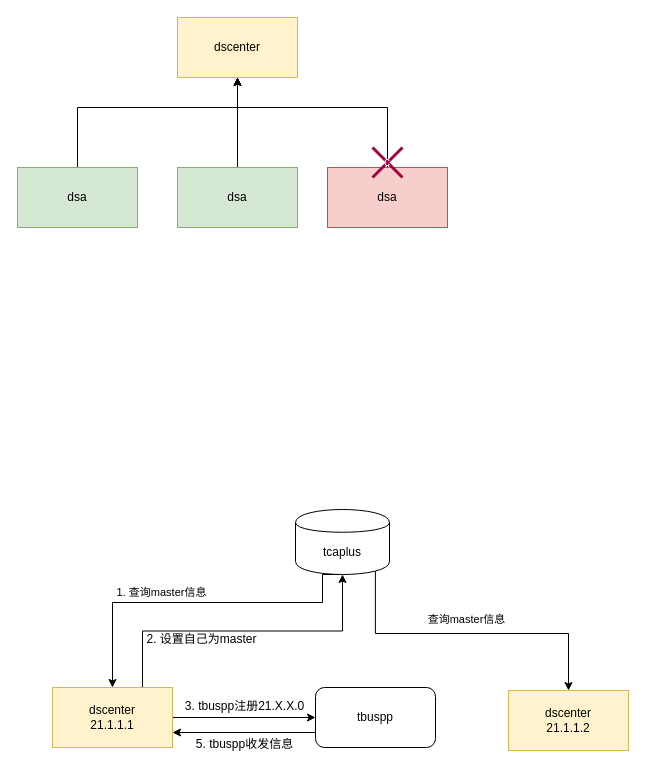
Earlier version of the draw.io diagram Frame.drawio (viclab/note). Source tidied: cells renumbered, new cells numbered last; positions are measured from the earlier drawing's top-left corner, leaving out a move shared by most shapes. Both pictures are drawn from the tidied source at 100%, with x=0, y=0 at pixel (17, 17).
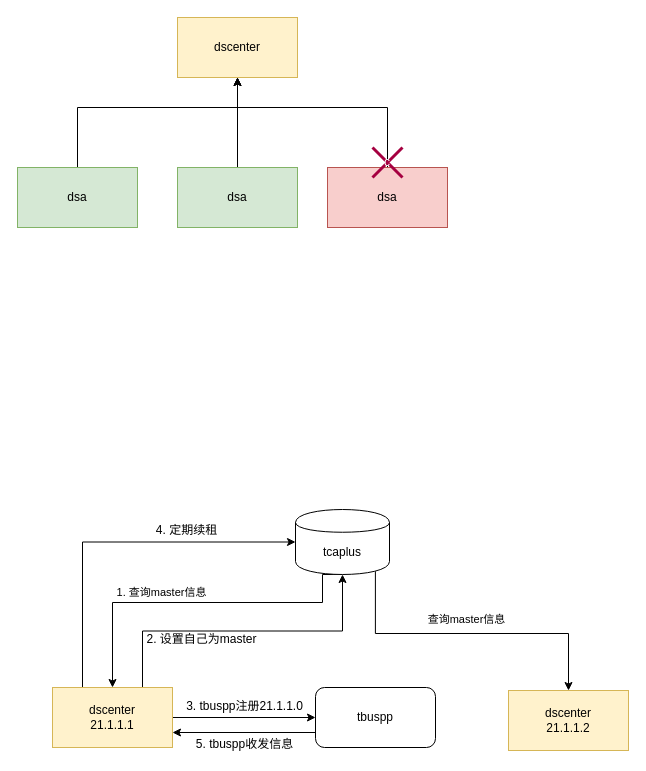
After the change.

Unchanged cells that the change refers to:
```xml
<mxCell id="12" value="dscenter&lt;br&gt;21.1.1.1" style="rounded=0;whiteSpace=wrap;html=1;fillColor=#fff2cc;strokeColor=#d6b656;" parent="1" vertex="1">
  <mxGeometry x="35" y="670" width="120" height="60" as="geometry" />
</mxCell>
<mxCell id="16" value="tcaplus" style="shape=cylinder;whiteSpace=wrap;html=1;boundedLbl=1;backgroundOutline=1;" parent="1" vertex="1">
  <mxGeometry x="278" y="492" width="94" height="65" as="geometry" />
</mxCell>
```

The edit, as a diff of the source:
```diff
@@
+    <mxCell id="24" style="edgeStyle=orthogonalEdgeStyle;rounded=0;jettySize=auto;html=1;exitX=0.25;exitY=0;exitDx=0;exitDy=0;entryX=0;entryY=0.5;entryDx=0;entryDy=0;" parent="1" edge="1" source="12" target="16">
+      <mxGeometry relative="1" as="geometry" />
+    </mxCell>
@@
-    <mxCell id="20" value="3. tbuspp注册21.X.X.0" style="text;html=1;align=center;verticalAlign=middle;strokeColor=none;" parent="1" vertex="1">
-      <mxGeometry x="162" y="680" width="129" height="18" as="geometry" />
+    <mxCell id="20" value="3. tbuspp注册21.1.1.0" style="text;html=1;align=center;verticalAlign=middle;strokeColor=none;" parent="1" vertex="1">
+      <mxGeometry x="163" y="680" width="127" height="18" as="geometry" />
     </mxCell>
@@
+    <mxCell id="25" value="4. 定期续租" style="text;html=1;align=center;verticalAlign=middle;strokeColor=none;" parent="1" vertex="1">
+      <mxGeometry x="133" y="504" width="71" height="18" as="geometry" />
+    </mxCell>
```
